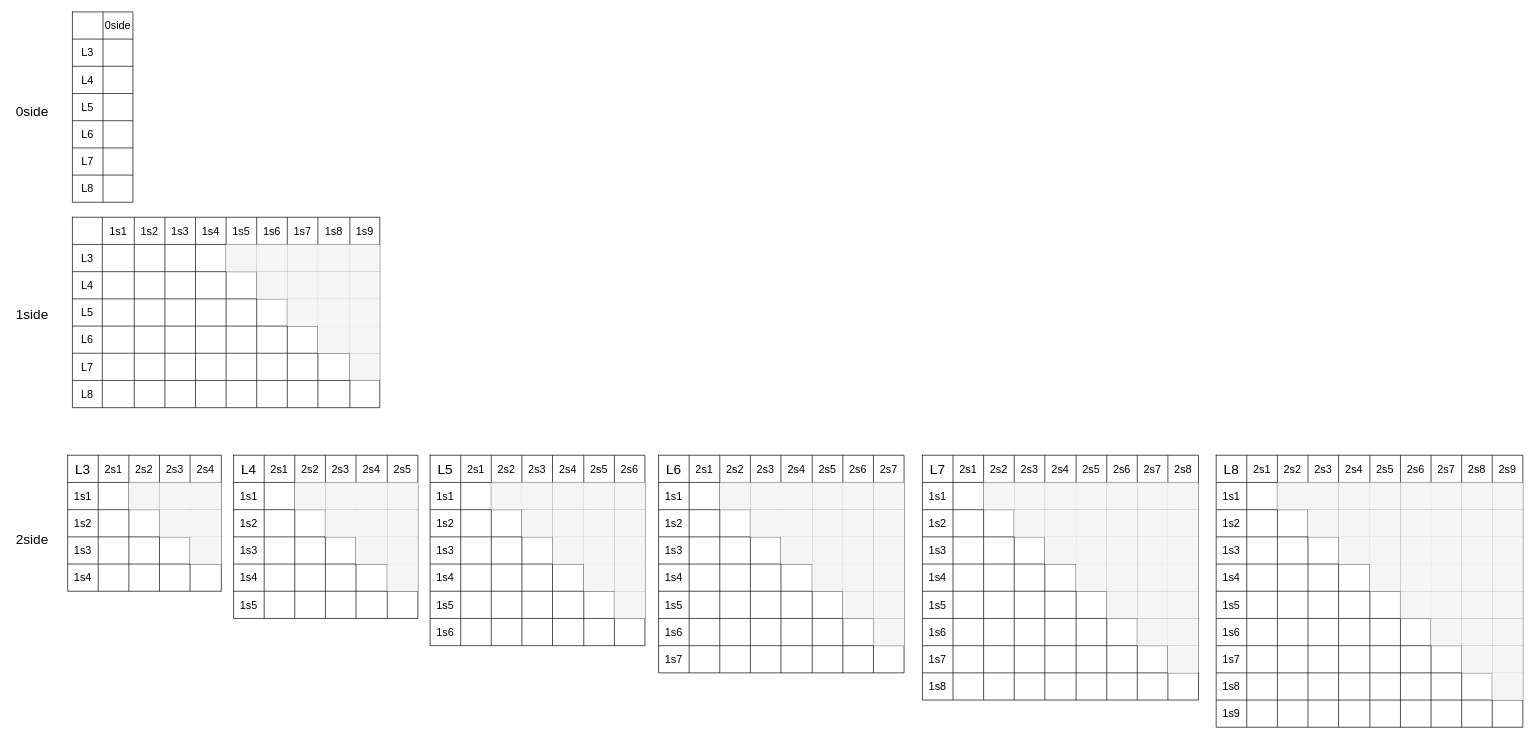
The draw.io diagram page "012side" (1 of 7) of Drawio/doc3d/觀察 I_to_M Pyr_Tcrop_size256_pad60_jit15_BN.drawio in KongBOy/kong_model2, before the edit. Source tidied: cells renumbered, new cells numbered last; positions are measured from the earlier drawing's top-left corner, leaving out a move shared by most shapes. Both pictures are drawn from the tidied source at 68%, with x=0, y=0 at pixel (12, 12).
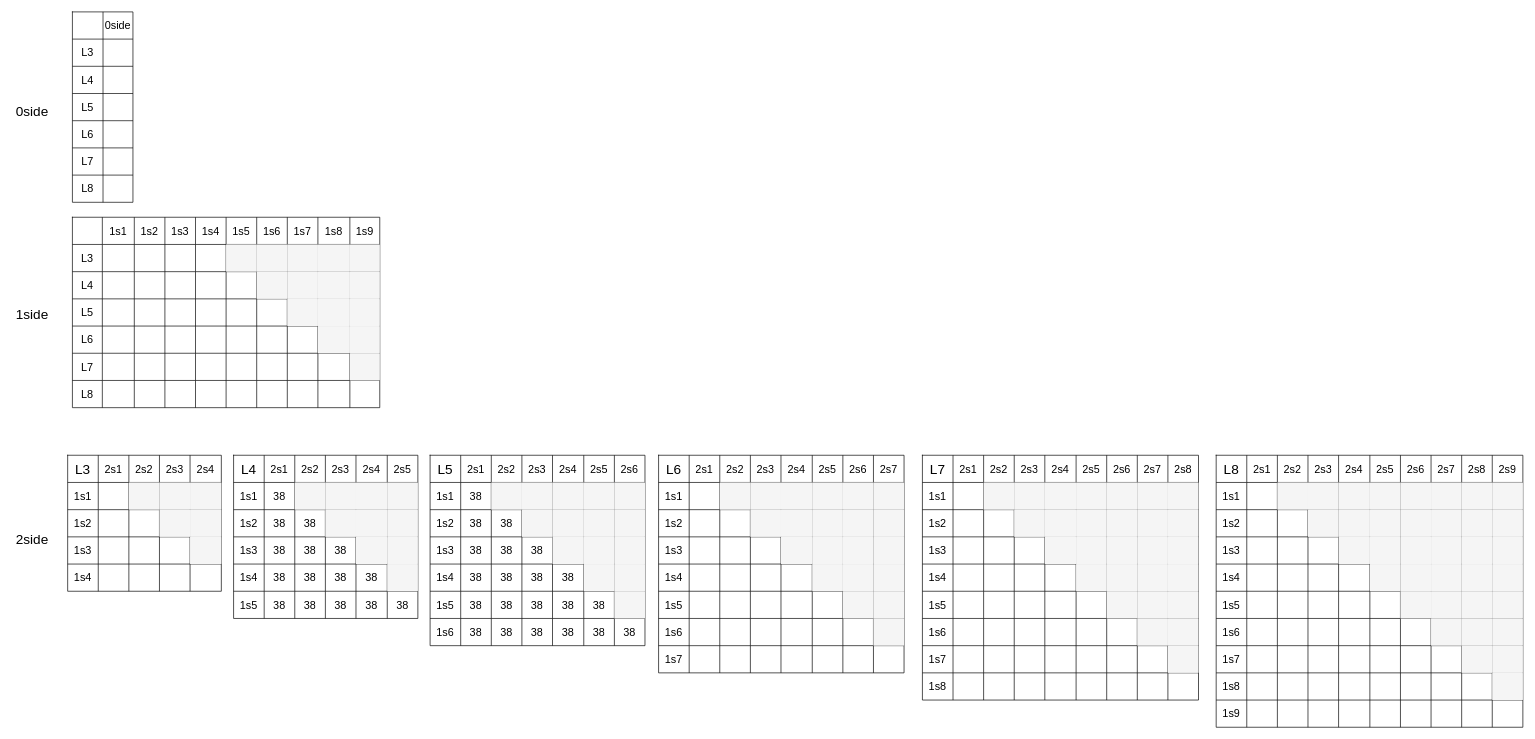
The same diagram, later.

Unchanged cells that the change refers to:
```xml
<mxCell id="389" style="shape=tableRow;horizontal=0;startSize=0;swimlaneHead=0;swimlaneBody=0;top=0;left=0;bottom=0;right=0;fillColor=none;" parent="380" vertex="1">
  <mxGeometry y="40" width="316" height="40" as="geometry" />
</mxCell>
<mxCell id="397" style="shape=tableRow;horizontal=0;startSize=0;swimlaneHead=0;swimlaneBody=0;top=0;left=0;bottom=0;right=0;fillColor=none;" parent="380" vertex="1">
  <mxGeometry y="80" width="316" height="40" as="geometry" />
</mxCell>
<mxCell id="405" style="shape=tableRow;horizontal=0;startSize=0;swimlaneHead=0;swimlaneBody=0;top=0;left=0;bottom=0;right=0;fillColor=none;" parent="380" vertex="1">
  <mxGeometry y="120" width="316" height="40" as="geometry" />
</mxCell>
<mxCell id="413" style="shape=tableRow;horizontal=0;startSize=0;swimlaneHead=0;swimlaneBody=0;top=0;left=0;bottom=0;right=0;fillColor=none;" parent="380" vertex="1">
  <mxGeometry y="160" width="316" height="40" as="geometry" />
</mxCell>
<mxCell id="421" style="shape=tableRow;horizontal=0;startSize=0;swimlaneHead=0;swimlaneBody=0;top=0;left=0;bottom=0;right=0;fillColor=none;" parent="380" vertex="1">
  <mxGeometry y="200" width="316" height="40" as="geometry" />
</mxCell>
<mxCell id="429" style="shape=tableRow;horizontal=0;startSize=0;swimlaneHead=0;swimlaneBody=0;top=0;left=0;bottom=0;right=0;fillColor=none;" parent="380" vertex="1">
  <mxGeometry y="240" width="316" height="40" as="geometry" />
</mxCell>
<mxCell id="445" style="shape=tableRow;horizontal=0;startSize=0;swimlaneHead=0;swimlaneBody=0;top=0;left=0;bottom=0;right=0;fillColor=none;" parent="437" vertex="1">
  <mxGeometry y="40" width="271" height="40" as="geometry" />
</mxCell>
<mxCell id="452" style="shape=tableRow;horizontal=0;startSize=0;swimlaneHead=0;swimlaneBody=0;top=0;left=0;bottom=0;right=0;fillColor=none;" parent="437" vertex="1">
  <mxGeometry y="80" width="271" height="40" as="geometry" />
</mxCell>
<mxCell id="459" style="shape=tableRow;horizontal=0;startSize=0;swimlaneHead=0;swimlaneBody=0;top=0;left=0;bottom=0;right=0;fillColor=none;" parent="437" vertex="1">
  <mxGeometry y="120" width="271" height="40" as="geometry" />
</mxCell>
<mxCell id="466" style="shape=tableRow;horizontal=0;startSize=0;swimlaneHead=0;swimlaneBody=0;top=0;left=0;bottom=0;right=0;fillColor=none;" parent="437" vertex="1">
  <mxGeometry y="160" width="271" height="40" as="geometry" />
</mxCell>
<mxCell id="473" style="shape=tableRow;horizontal=0;startSize=0;swimlaneHead=0;swimlaneBody=0;top=0;left=0;bottom=0;right=0;fillColor=none;" parent="437" vertex="1">
  <mxGeometry y="200" width="271" height="40" as="geometry" />
</mxCell>
```

The edit, as a diff of the source:
```diff
@@
-    <mxCell id="391" style="shape=partialRectangle;html=1;whiteSpace=wrap;overflow=hidden;fillColor=none;top=0;left=0;bottom=0;right=0;fontSize=16;" parent="389" vertex="1">
+    <mxCell id="391" value="38" style="shape=partialRectangle;html=1;whiteSpace=wrap;overflow=hidden;fillColor=none;top=0;left=0;bottom=0;right=0;fontSize=16;" parent="389" vertex="1">
       <mxGeometry x="45" width="45" height="40" as="geometry" />
     </mxCell>
@@
-    <mxCell id="399" style="shape=partialRectangle;html=1;whiteSpace=wrap;overflow=hidden;fillColor=none;top=0;left=0;bottom=0;right=0;fontSize=16;" parent="397" vertex="1">
+    <mxCell id="399" value="38" style="shape=partialRectangle;html=1;whiteSpace=wrap;overflow=hidden;fillColor=none;top=0;left=0;bottom=0;right=0;fontSize=16;" parent="397" vertex="1">
       <mxGeometry x="45" width="45" height="40" as="geometry" />
     </mxCell>
-    <mxCell id="400" style="shape=partialRectangle;html=1;whiteSpace=wrap;overflow=hidden;fillColor=none;top=0;left=0;bottom=0;right=0;fontSize=16;" parent="397" vertex="1">
+    <mxCell id="400" value="38" style="shape=partialRectangle;html=1;whiteSpace=wrap;overflow=hidden;fillColor=none;top=0;left=0;bottom=0;right=0;fontSize=16;" parent="397" vertex="1">
       <mxGeometry x="90" width="45" height="40" as="geometry" />
     </mxCell>
@@
-    <mxCell id="407" style="shape=partialRectangle;html=1;whiteSpace=wrap;overflow=hidden;fillColor=none;top=0;left=0;bottom=0;right=0;fontSize=16;" parent="405" vertex="1">
+    <mxCell id="407" value="38" style="shape=partialRectangle;html=1;whiteSpace=wrap;overflow=hidden;fillColor=none;top=0;left=0;bottom=0;right=0;fontSize=16;" parent="405" vertex="1">
       <mxGeometry x="45" width="45" height="40" as="geometry" />
     </mxCell>
-    <mxCell id="408" style="shape=partialRectangle;html=1;whiteSpace=wrap;overflow=hidden;fillColor=none;top=0;left=0;bottom=0;right=0;fontSize=16;" parent="405" vertex="1">
+    <mxCell id="408" value="38" style="shape=partialRectangle;html=1;whiteSpace=wrap;overflow=hidden;fillColor=none;top=0;left=0;bottom=0;right=0;fontSize=16;" parent="405" vertex="1">
       <mxGeometry x="90" width="45" height="40" as="geometry" />
     </mxCell>
-    <mxCell id="409" style="shape=partialRectangle;html=1;whiteSpace=wrap;overflow=hidden;fillColor=none;top=0;left=0;bottom=0;right=0;fontSize=16;" parent="405" vertex="1">
+    <mxCell id="409" value="38" style="shape=partialRectangle;html=1;whiteSpace=wrap;overflow=hidden;fillColor=none;top=0;left=0;bottom=0;right=0;fontSize=16;" parent="405" vertex="1">
       <mxGeometry x="135" width="45" height="40" as="geometry" />
     </mxCell>
@@
-    <mxCell id="415" style="shape=partialRectangle;html=1;whiteSpace=wrap;overflow=hidden;fillColor=none;top=0;left=0;bottom=0;right=0;fontSize=16;" parent="413" vertex="1">
+    <mxCell id="415" value="38" style="shape=partialRectangle;html=1;whiteSpace=wrap;overflow=hidden;fillColor=none;top=0;left=0;bottom=0;right=0;fontSize=16;" parent="413" vertex="1">
       <mxGeometry x="45" width="45" height="40" as="geometry" />
     </mxCell>
-    <mxCell id="416" style="shape=partialRectangle;html=1;whiteSpace=wrap;overflow=hidden;fillColor=none;top=0;left=0;bottom=0;right=0;fontSize=16;" parent="413" vertex="1">
+    <mxCell id="416" value="38" style="shape=partialRectangle;html=1;whiteSpace=wrap;overflow=hidden;fillColor=none;top=0;left=0;bottom=0;right=0;fontSize=16;" parent="413" vertex="1">
       <mxGeometry x="90" width="45" height="40" as="geometry" />
     </mxCell>
-    <mxCell id="417" style="shape=partialRectangle;html=1;whiteSpace=wrap;overflow=hidden;fillColor=none;top=0;left=0;bottom=0;right=0;fontSize=16;" parent="413" vertex="1">
+    <mxCell id="417" value="38" style="shape=partialRectangle;html=1;whiteSpace=wrap;overflow=hidden;fillColor=none;top=0;left=0;bottom=0;right=0;fontSize=16;" parent="413" vertex="1">
       <mxGeometry x="135" width="45" height="40" as="geometry" />
     </mxCell>
-    <mxCell id="418" style="shape=partialRectangle;html=1;whiteSpace=wrap;overflow=hidden;fillColor=none;top=0;left=0;bottom=0;right=0;fontSize=16;" parent="413" vertex="1">
+    <mxCell id="418" value="38" style="shape=partialRectangle;html=1;whiteSpace=wrap;overflow=hidden;fillColor=none;top=0;left=0;bottom=0;right=0;fontSize=16;" parent="413" vertex="1">
       <mxGeometry x="180" width="46" height="40" as="geometry" />
     </mxCell>
@@
-    <mxCell id="423" style="shape=partialRectangle;html=1;whiteSpace=wrap;overflow=hidden;fillColor=none;top=0;left=0;bottom=0;right=0;fontSize=16;" parent="421" vertex="1">
+    <mxCell id="423" value="38" style="shape=partialRectangle;html=1;whiteSpace=wrap;overflow=hidden;fillColor=none;top=0;left=0;bottom=0;right=0;fontSize=16;" parent="421" vertex="1">
       <mxGeometry x="45" width="45" height="40" as="geometry" />
     </mxCell>
-    <mxCell id="424" style="shape=partialRectangle;html=1;whiteSpace=wrap;overflow=hidden;fillColor=none;top=0;left=0;bottom=0;right=0;fontSize=16;" parent="421" vertex="1">
+    <mxCell id="424" value="38" style="shape=partialRectangle;html=1;whiteSpace=wrap;overflow=hidden;fillColor=none;top=0;left=0;bottom=0;right=0;fontSize=16;" parent="421" vertex="1">
       <mxGeometry x="90" width="45" height="40" as="geometry" />
     </mxCell>
-    <mxCell id="425" style="shape=partialRectangle;html=1;whiteSpace=wrap;overflow=hidden;fillColor=none;top=0;left=0;bottom=0;right=0;fontSize=16;" parent="421" vertex="1">
+    <mxCell id="425" value="38" style="shape=partialRectangle;html=1;whiteSpace=wrap;overflow=hidden;fillColor=none;top=0;left=0;bottom=0;right=0;fontSize=16;" parent="421" vertex="1">
       <mxGeometry x="135" width="45" height="40" as="geometry" />
     </mxCell>
-    <mxCell id="426" style="shape=partialRectangle;html=1;whiteSpace=wrap;overflow=hidden;fillColor=none;top=0;left=0;bottom=0;right=0;fontSize=16;" parent="421" vertex="1">
+    <mxCell id="426" value="38" style="shape=partialRectangle;html=1;whiteSpace=wrap;overflow=hidden;fillColor=none;top=0;left=0;bottom=0;right=0;fontSize=16;" parent="421" vertex="1">
       <mxGeometry x="180" width="46" height="40" as="geometry" />
     </mxCell>
-    <mxCell id="427" style="shape=partialRectangle;html=1;whiteSpace=wrap;overflow=hidden;fillColor=none;top=0;left=0;bottom=0;right=0;fontSize=16;" parent="421" vertex="1">
+    <mxCell id="427" value="38" style="shape=partialRectangle;html=1;whiteSpace=wrap;overflow=hidden;fillColor=none;top=0;left=0;bottom=0;right=0;fontSize=16;" parent="421" vertex="1">
       <mxGeometry x="226" width="45" height="40" as="geometry" />
     </mxCell>
@@
-    <mxCell id="431" style="shape=partialRectangle;html=1;whiteSpace=wrap;overflow=hidden;fillColor=none;top=0;left=0;bottom=0;right=0;fontSize=16;" parent="429" vertex="1">
+    <mxCell id="431" value="38" style="shape=partialRectangle;html=1;whiteSpace=wrap;overflow=hidden;fillColor=none;top=0;left=0;bottom=0;right=0;fontSize=16;" parent="429" vertex="1">
       <mxGeometry x="45" width="45" height="40" as="geometry" />
     </mxCell>
-    <mxCell id="432" style="shape=partialRectangle;html=1;whiteSpace=wrap;overflow=hidden;fillColor=none;top=0;left=0;bottom=0;right=0;fontSize=16;" parent="429" vertex="1">
+    <mxCell id="432" value="38" style="shape=partialRectangle;html=1;whiteSpace=wrap;overflow=hidden;fillColor=none;top=0;left=0;bottom=0;right=0;fontSize=16;" parent="429" vertex="1">
       <mxGeometry x="90" width="45" height="40" as="geometry" />
     </mxCell>
-    <mxCell id="433" style="shape=partialRectangle;html=1;whiteSpace=wrap;overflow=hidden;fillColor=none;top=0;left=0;bottom=0;right=0;fontSize=16;" parent="429" vertex="1">
+    <mxCell id="433" value="38" style="shape=partialRectangle;html=1;whiteSpace=wrap;overflow=hidden;fillColor=none;top=0;left=0;bottom=0;right=0;fontSize=16;" parent="429" vertex="1">
       <mxGeometry x="135" width="45" height="40" as="geometry" />
     </mxCell>
-    <mxCell id="434" style="shape=partialRectangle;html=1;whiteSpace=wrap;overflow=hidden;fillColor=none;top=0;left=0;bottom=0;right=0;fontSize=16;" parent="429" vertex="1">
+    <mxCell id="434" value="38" style="shape=partialRectangle;html=1;whiteSpace=wrap;overflow=hidden;fillColor=none;top=0;left=0;bottom=0;right=0;fontSize=16;" parent="429" vertex="1">
       <mxGeometry x="180" width="46" height="40" as="geometry" />
     </mxCell>
-    <mxCell id="435" style="shape=partialRectangle;html=1;whiteSpace=wrap;overflow=hidden;fillColor=none;top=0;left=0;bottom=0;right=0;fontSize=16;" parent="429" vertex="1">
+    <mxCell id="435" value="38" style="shape=partialRectangle;html=1;whiteSpace=wrap;overflow=hidden;fillColor=none;top=0;left=0;bottom=0;right=0;fontSize=16;" parent="429" vertex="1">
       <mxGeometry x="226" width="45" height="40" as="geometry" />
     </mxCell>
-    <mxCell id="436" style="shape=partialRectangle;html=1;whiteSpace=wrap;overflow=hidden;fillColor=none;top=0;left=0;bottom=0;right=0;fontSize=16;" parent="429" vertex="1">
+    <mxCell id="436" value="38" style="shape=partialRectangle;html=1;whiteSpace=wrap;overflow=hidden;fillColor=none;top=0;left=0;bottom=0;right=0;fontSize=16;" parent="429" vertex="1">
       <mxGeometry x="271" width="45" height="40" as="geometry" />
     </mxCell>
@@
-    <mxCell id="447" style="shape=partialRectangle;html=1;whiteSpace=wrap;overflow=hidden;fillColor=none;top=0;left=0;bottom=0;right=0;fontSize=16;" parent="445" vertex="1">
+    <mxCell id="447" value="38" style="shape=partialRectangle;html=1;whiteSpace=wrap;overflow=hidden;fillColor=none;top=0;left=0;bottom=0;right=0;fontSize=16;" parent="445" vertex="1">
       <mxGeometry x="45" width="45" height="40" as="geometry" />
     </mxCell>
@@
-    <mxCell id="454" style="shape=partialRectangle;html=1;whiteSpace=wrap;overflow=hidden;fillColor=none;top=0;left=0;bottom=0;right=0;fontSize=16;" parent="452" vertex="1">
+    <mxCell id="454" value="&lt;span&gt;38&lt;/span&gt;" style="shape=partialRectangle;html=1;whiteSpace=wrap;overflow=hidden;fillColor=none;top=0;left=0;bottom=0;right=0;fontSize=16;" parent="452" vertex="1">
       <mxGeometry x="45" width="45" height="40" as="geometry" />
     </mxCell>
-    <mxCell id="455" style="shape=partialRectangle;html=1;whiteSpace=wrap;overflow=hidden;fillColor=none;top=0;left=0;bottom=0;right=0;fontSize=16;" parent="452" vertex="1">
+    <mxCell id="455" value="&lt;span&gt;38&lt;/span&gt;" style="shape=partialRectangle;html=1;whiteSpace=wrap;overflow=hidden;fillColor=none;top=0;left=0;bottom=0;right=0;fontSize=16;" parent="452" vertex="1">
       <mxGeometry x="90" width="45" height="40" as="geometry" />
     </mxCell>
@@
-    <mxCell id="461" style="shape=partialRectangle;html=1;whiteSpace=wrap;overflow=hidden;fillColor=none;top=0;left=0;bottom=0;right=0;fontSize=16;" parent="459" vertex="1">
+    <mxCell id="461" value="&lt;span&gt;38&lt;/span&gt;" style="shape=partialRectangle;html=1;whiteSpace=wrap;overflow=hidden;fillColor=none;top=0;left=0;bottom=0;right=0;fontSize=16;" parent="459" vertex="1">
       <mxGeometry x="45" width="45" height="40" as="geometry" />
     </mxCell>
-    <mxCell id="462" style="shape=partialRectangle;html=1;whiteSpace=wrap;overflow=hidden;fillColor=none;top=0;left=0;bottom=0;right=0;fontSize=16;" parent="459" vertex="1">
+    <mxCell id="462" value="&lt;span&gt;38&lt;/span&gt;" style="shape=partialRectangle;html=1;whiteSpace=wrap;overflow=hidden;fillColor=none;top=0;left=0;bottom=0;right=0;fontSize=16;" parent="459" vertex="1">
       <mxGeometry x="90" width="45" height="40" as="geometry" />
     </mxCell>
-    <mxCell id="463" style="shape=partialRectangle;html=1;whiteSpace=wrap;overflow=hidden;fillColor=none;top=0;left=0;bottom=0;right=0;fontSize=16;" parent="459" vertex="1">
+    <mxCell id="463" value="&lt;span&gt;38&lt;/span&gt;" style="shape=partialRectangle;html=1;whiteSpace=wrap;overflow=hidden;fillColor=none;top=0;left=0;bottom=0;right=0;fontSize=16;" parent="459" vertex="1">
       <mxGeometry x="135" width="45" height="40" as="geometry" />
     </mxCell>
@@
-    <mxCell id="468" style="shape=partialRectangle;html=1;whiteSpace=wrap;overflow=hidden;fillColor=none;top=0;left=0;bottom=0;right=0;fontSize=16;" parent="466" vertex="1">
+    <mxCell id="468" value="&lt;span&gt;38&lt;/span&gt;" style="shape=partialRectangle;html=1;whiteSpace=wrap;overflow=hidden;fillColor=none;top=0;left=0;bottom=0;right=0;fontSize=16;" parent="466" vertex="1">
       <mxGeometry x="45" width="45" height="40" as="geometry" />
     </mxCell>
-    <mxCell id="469" style="shape=partialRectangle;html=1;whiteSpace=wrap;overflow=hidden;fillColor=none;top=0;left=0;bottom=0;right=0;fontSize=16;" parent="466" vertex="1">
+    <mxCell id="469" value="&lt;span&gt;38&lt;/span&gt;" style="shape=partialRectangle;html=1;whiteSpace=wrap;overflow=hidden;fillColor=none;top=0;left=0;bottom=0;right=0;fontSize=16;" parent="466" vertex="1">
       <mxGeometry x="90" width="45" height="40" as="geometry" />
     </mxCell>
-    <mxCell id="470" style="shape=partialRectangle;html=1;whiteSpace=wrap;overflow=hidden;fillColor=none;top=0;left=0;bottom=0;right=0;fontSize=16;" parent="466" vertex="1">
+    <mxCell id="470" value="&lt;span&gt;38&lt;/span&gt;" style="shape=partialRectangle;html=1;whiteSpace=wrap;overflow=hidden;fillColor=none;top=0;left=0;bottom=0;right=0;fontSize=16;" parent="466" vertex="1">
       <mxGeometry x="135" width="45" height="40" as="geometry" />
     </mxCell>
-    <mxCell id="471" style="shape=partialRectangle;html=1;whiteSpace=wrap;overflow=hidden;fillColor=none;top=0;left=0;bottom=0;right=0;fontSize=16;" parent="466" vertex="1">
+    <mxCell id="471" value="&lt;span&gt;38&lt;/span&gt;" style="shape=partialRectangle;html=1;whiteSpace=wrap;overflow=hidden;fillColor=none;top=0;left=0;bottom=0;right=0;fontSize=16;" parent="466" vertex="1">
       <mxGeometry x="180" width="46" height="40" as="geometry" />
     </mxCell>
@@
-    <mxCell id="475" style="shape=partialRectangle;html=1;whiteSpace=wrap;overflow=hidden;fillColor=none;top=0;left=0;bottom=0;right=0;fontSize=16;" parent="473" vertex="1">
+    <mxCell id="475" value="&lt;span&gt;38&lt;/span&gt;" style="shape=partialRectangle;html=1;whiteSpace=wrap;overflow=hidden;fillColor=none;top=0;left=0;bottom=0;right=0;fontSize=16;" parent="473" vertex="1">
       <mxGeometry x="45" width="45" height="40" as="geometry" />
     </mxCell>
-    <mxCell id="476" style="shape=partialRectangle;html=1;whiteSpace=wrap;overflow=hidden;fillColor=none;top=0;left=0;bottom=0;right=0;fontSize=16;" parent="473" vertex="1">
+    <mxCell id="476" value="&lt;span&gt;38&lt;/span&gt;" style="shape=partialRectangle;html=1;whiteSpace=wrap;overflow=hidden;fillColor=none;top=0;left=0;bottom=0;right=0;fontSize=16;" parent="473" vertex="1">
       <mxGeometry x="90" width="45" height="40" as="geometry" />
     </mxCell>
-    <mxCell id="477" style="shape=partialRectangle;html=1;whiteSpace=wrap;overflow=hidden;fillColor=none;top=0;left=0;bottom=0;right=0;fontSize=16;" parent="473" vertex="1">
+    <mxCell id="477" value="&lt;span&gt;38&lt;/span&gt;" style="shape=partialRectangle;html=1;whiteSpace=wrap;overflow=hidden;fillColor=none;top=0;left=0;bottom=0;right=0;fontSize=16;" parent="473" vertex="1">
       <mxGeometry x="135" width="45" height="40" as="geometry" />
     </mxCell>
-    <mxCell id="478" style="shape=partialRectangle;html=1;whiteSpace=wrap;overflow=hidden;fillColor=none;top=0;left=0;bottom=0;right=0;fontSize=16;" parent="473" vertex="1">
+    <mxCell id="478" value="&lt;span&gt;38&lt;/span&gt;" style="shape=partialRectangle;html=1;whiteSpace=wrap;overflow=hidden;fillColor=none;top=0;left=0;bottom=0;right=0;fontSize=16;" parent="473" vertex="1">
       <mxGeometry x="180" width="46" height="40" as="geometry" />
     </mxCell>
-    <mxCell id="479" style="shape=partialRectangle;html=1;whiteSpace=wrap;overflow=hidden;fillColor=none;top=0;left=0;bottom=0;right=0;fontSize=16;" parent="473" vertex="1">
+    <mxCell id="479" value="&lt;span&gt;38&lt;/span&gt;" style="shape=partialRectangle;html=1;whiteSpace=wrap;overflow=hidden;fillColor=none;top=0;left=0;bottom=0;right=0;fontSize=16;" parent="473" vertex="1">
       <mxGeometry x="226" width="45" height="40" as="geometry" />
     </mxCell>
```
